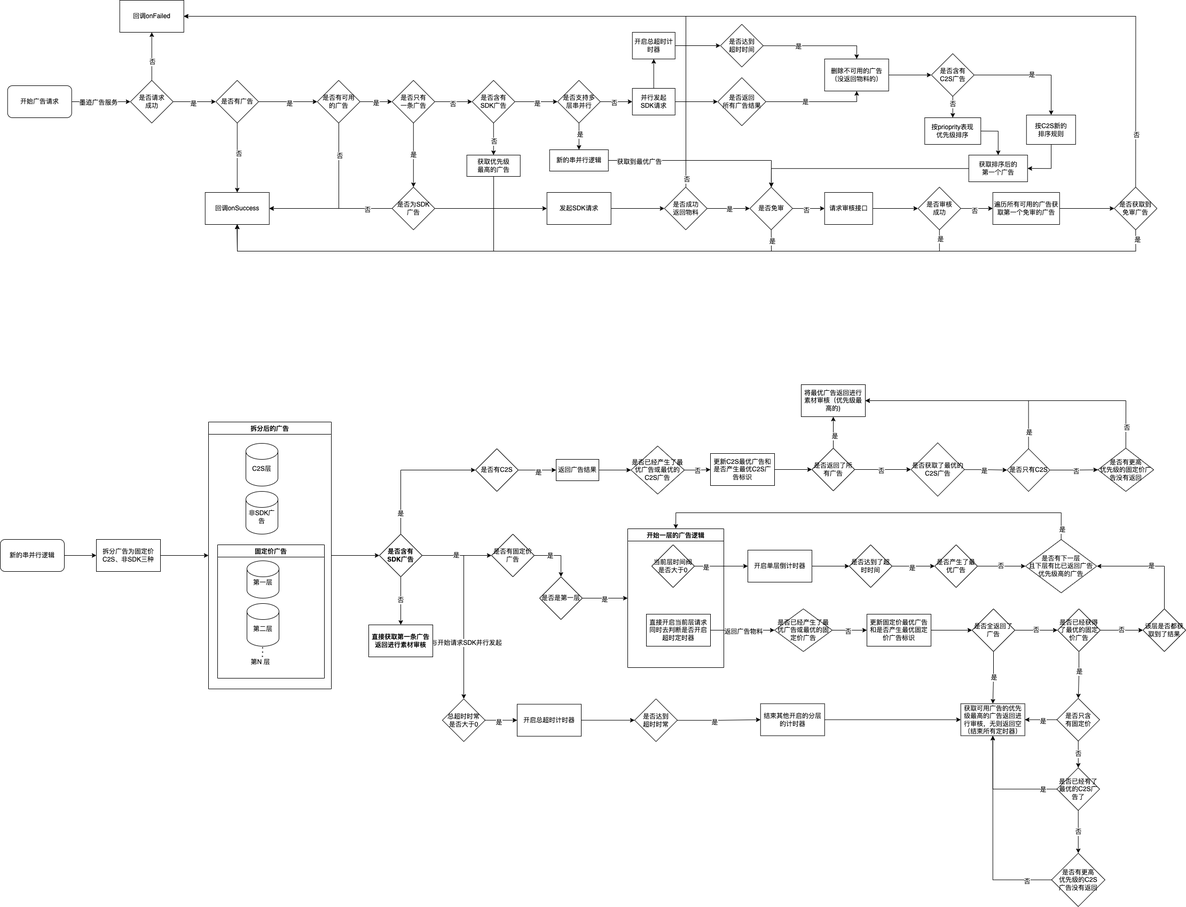
HengqianSong/drawIO keeps this draw.io diagram as moji/竞价逻辑串并行优化.drawio.png. Above is the earlier version. Source tidied: cells renumbered, new cells last; positions are measured from the earlier drawing's top-left corner, leaving out a move shared by most shapes.
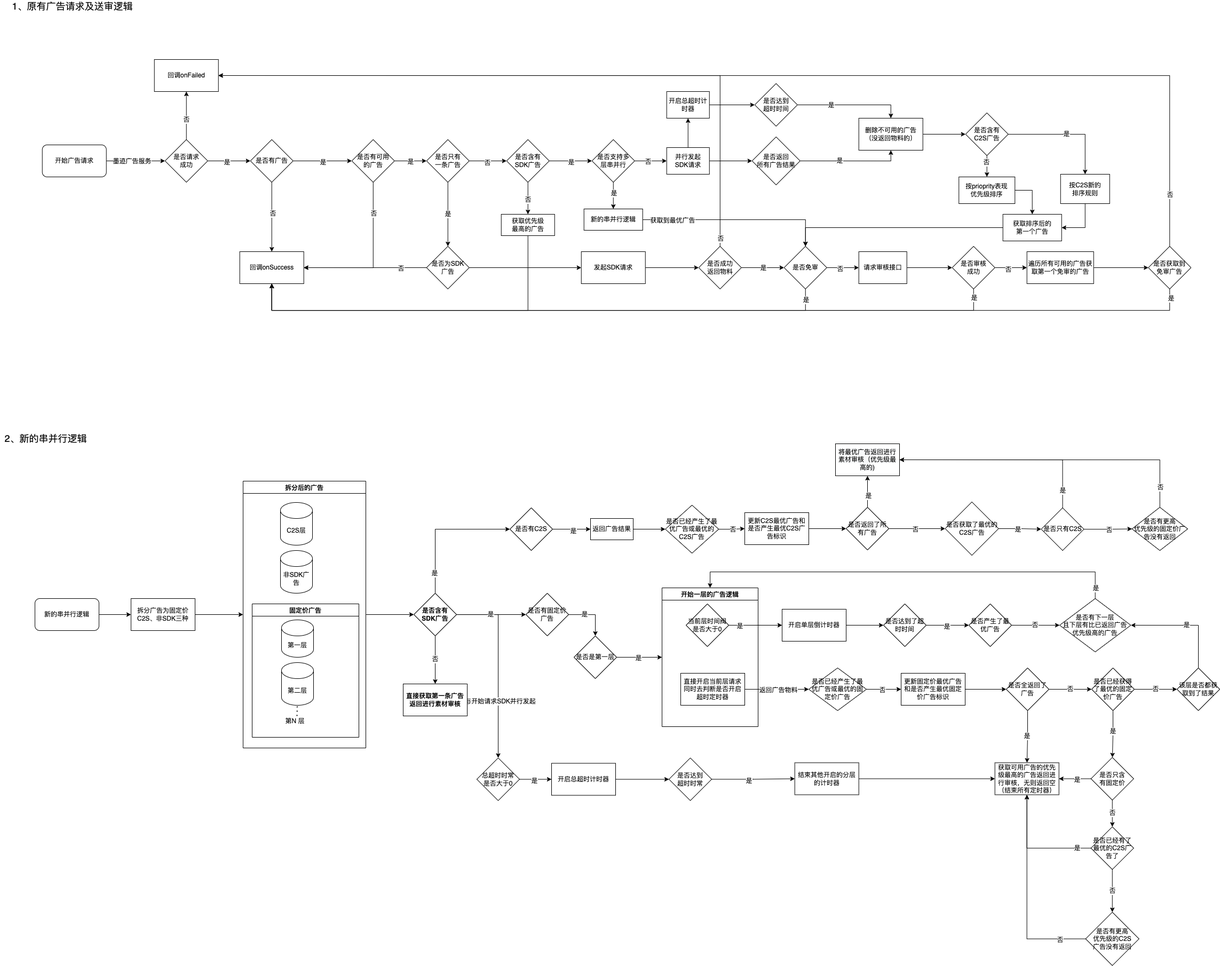
Above is the later version.

Commit message:
Update 竞价逻辑串并行优化.drawio.png

Diff of the diagram source:
```diff
@@ -653,5 +653,11 @@
     <mxCell id="200" value="是否有固定价广告" style="rhombus;whiteSpace=wrap;html=1;" parent="1" vertex="1">
       <mxGeometry x="920" y="1000" width="80" height="80" as="geometry" />
     </mxCell>
+    <mxCell id="201" value="&lt;span style=&quot;font-size: 18px;&quot;&gt;1、原有广告请求及送审逻辑&lt;/span&gt;" style="text;html=1;align=center;verticalAlign=middle;strokeColor=none;fillColor=none;" parent="1" vertex="1">
+      <mxGeometry x="-50" y="-110" width="240" height="20" as="geometry" />
+    </mxCell>
+    <mxCell id="202" value="2、新的串并行逻辑" style="text;html=1;align=center;verticalAlign=middle;strokeColor=none;fillColor=none;fontSize=18;" parent="1" vertex="1">
+      <mxGeometry x="-65" y="695" width="170" height="30" as="geometry" />
+    </mxCell>
   </root>
 </mxGraphModel>
```
